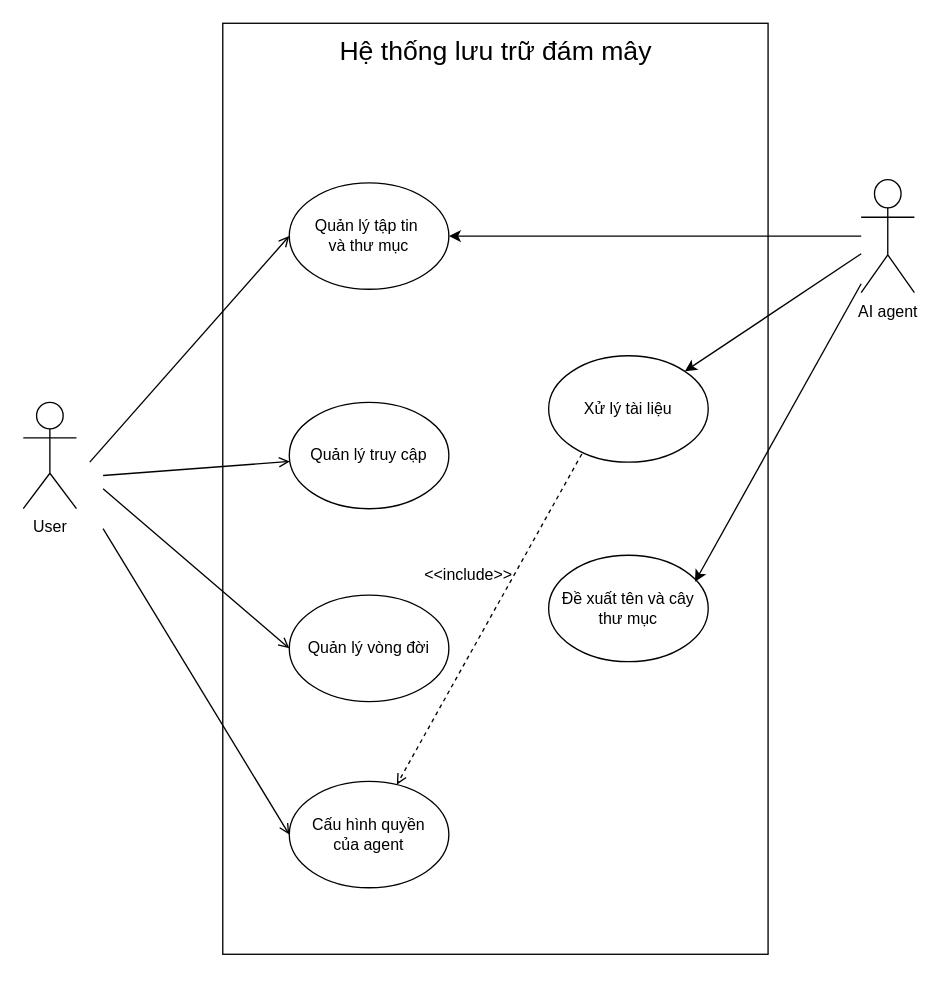
taihb2005/agentic-cloud keeps this draw.io diagram as docs/usecase/usecase.drawio. Above is the earlier version. Source tidied: cells renumbered, new cells numbered last; positions are measured from the earlier drawing's top-left corner, leaving out a move shared by most shapes. Both pictures are drawn from the tidied source at 133%, with x=0, y=0 at pixel (23, 23).
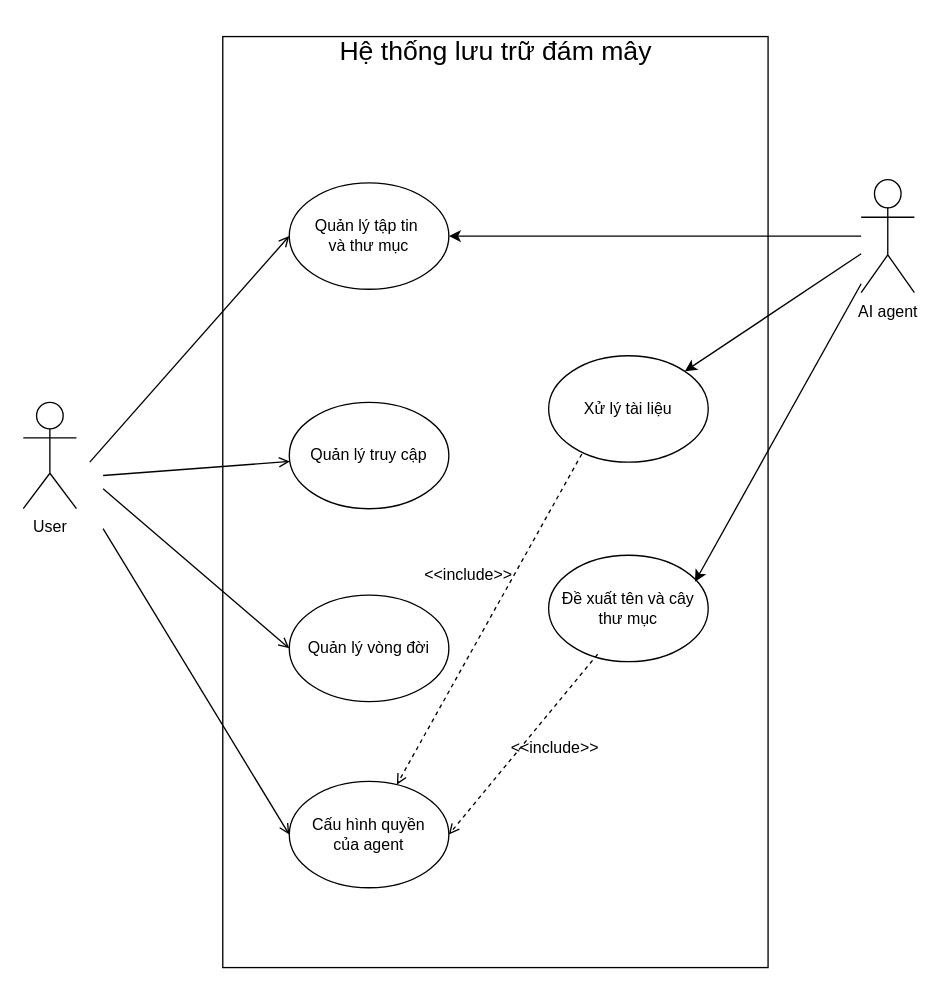
The same diagram, later.

Unchanged cells that the change refers to:
```xml
<mxCell id="13" value="Đề xuất tên và cây thư mục" style="ellipse;whiteSpace=wrap;html=1;" parent="1" vertex="1">
  <mxGeometry x="395" y="400" width="120" height="80" as="geometry" />
</mxCell>
<mxCell id="14" value="Cấu hình quyền&lt;div&gt;của agent&lt;/div&gt;" style="ellipse;whiteSpace=wrap;html=1;" parent="1" vertex="1">
  <mxGeometry x="200" y="570" width="120" height="80" as="geometry" />
</mxCell>
```

What changed in the source:
```diff
@@
     <mxCell id="2" style="rounded=0;whiteSpace=wrap;html=1;" parent="1" vertex="1">
-      <mxGeometry x="150" width="410" height="700" as="geometry" />
+      <mxGeometry x="150" y="10" width="410" height="700" as="geometry" />
     </mxCell>
@@
+    <mxCell id="23" style="endArrow=open;html=1;rounded=0;exitX=0.307;exitY=0.93;exitDx=0;exitDy=0;exitPerimeter=0;dashed=1;endFill=0;entryX=1;entryY=0.5;entryDx=0;entryDy=0;" parent="1" edge="1" source="13" target="14">
+      <mxGeometry relative="1" as="geometry" />
+    </mxCell>
+    <mxCell id="24" value="&amp;lt;&amp;lt;include&amp;gt;&amp;gt;" style="text;html=1;whiteSpace=wrap;strokeColor=none;fillColor=none;align=center;verticalAlign=middle;rounded=0;" parent="1" vertex="1">
+      <mxGeometry x="370" y="530" width="60" height="30" as="geometry" />
+    </mxCell>
```
